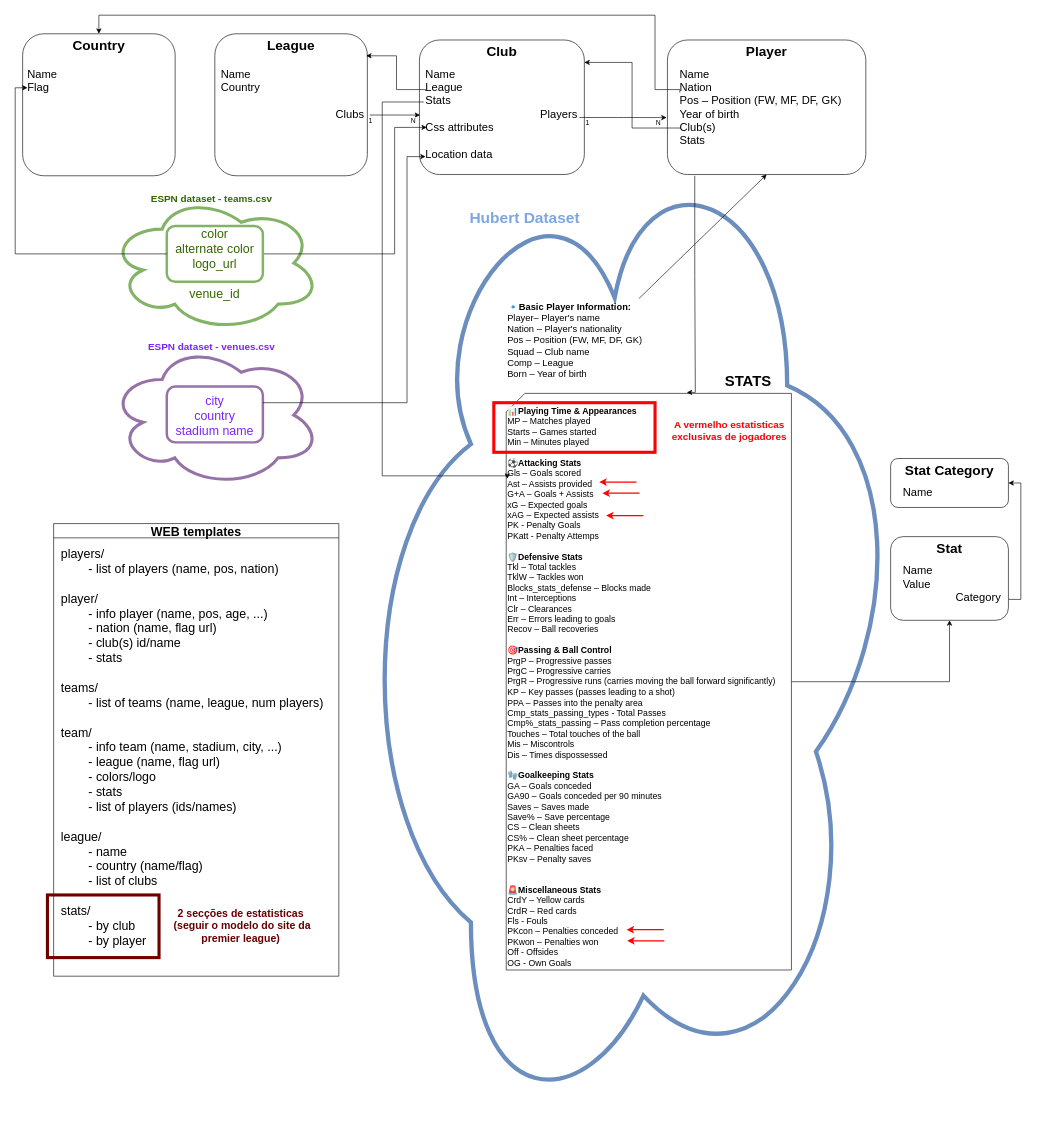
Before: docs/ws_model_schema.drawio in GuiAmorim03/WS-Project-2, a draw.io diagram. Source tidied: cells renumbered, new cells numbered last; positions are measured from the earlier drawing's top-left corner, leaving out a move shared by most shapes. Both pictures are drawn from the tidied source at 62%, with x=0, y=0 at pixel (15, 15).
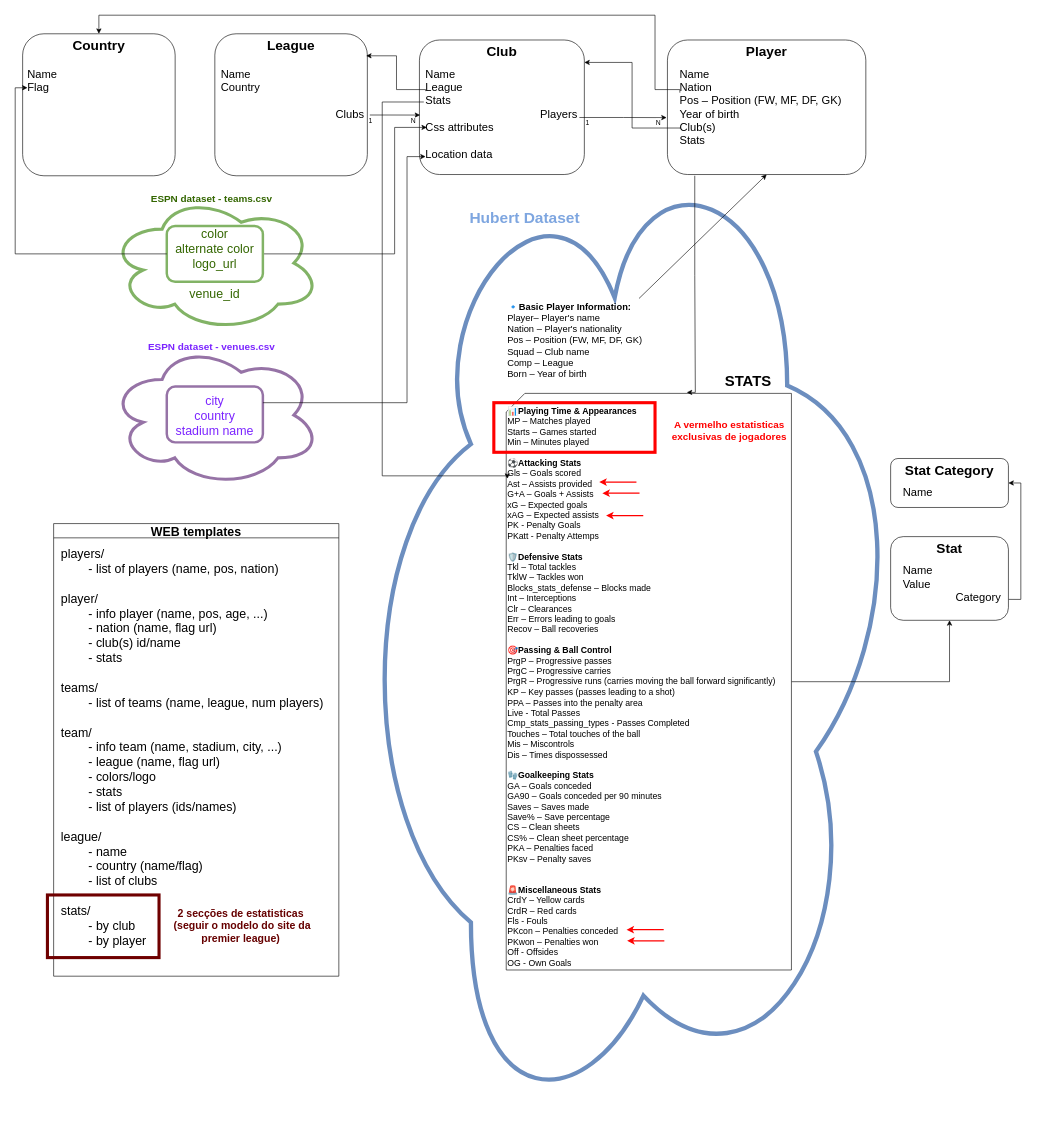
The same diagram, later.

Commit message (it also covers changes not shown here):
small fix on passing stats modelation

The edit, as a diff of the source:
```diff
@@
-    <mxCell id="7" value="&lt;div&gt;&lt;br&gt;&lt;/div&gt;&lt;div&gt;&lt;b&gt;📊Playing Time &amp;amp; Appearances&lt;/b&gt;&lt;/div&gt;&lt;div&gt;MP – Matches played&lt;/div&gt;&lt;div&gt;Starts – Games started&lt;/div&gt;&lt;div&gt;Min – Minutes played&lt;/div&gt;&lt;div&gt;&lt;br&gt;&lt;/div&gt;&lt;div&gt;&lt;b&gt;⚽Attacking Stats&lt;/b&gt;&lt;/div&gt;&lt;div&gt;Gls – Goals scored&lt;/div&gt;&lt;div&gt;Ast – Assists provided&lt;/div&gt;&lt;div&gt;G+A – Goals + Assists&lt;/div&gt;&lt;div&gt;xG – Expected goals&lt;/div&gt;&lt;div&gt;xAG – Expected assists&lt;/div&gt;&lt;div&gt;PK - Penalty Goals&lt;/div&gt;&lt;div&gt;PKatt - Penalty Attemps&lt;/div&gt;&lt;div&gt;&lt;div&gt;&lt;br&gt;&lt;/div&gt;&lt;/div&gt;&lt;div&gt;&lt;b&gt;🛡️Defensive Stats&lt;/b&gt;&lt;/div&gt;&lt;div&gt;Tkl – Total tackles&lt;/div&gt;&lt;div&gt;TklW – Tackles won&lt;/div&gt;&lt;div&gt;Blocks_stats_defense – Blocks made&lt;/div&gt;&lt;div&gt;Int – Interceptions&lt;/div&gt;&lt;div&gt;Clr – Clearances&lt;/div&gt;&lt;div&gt;Err – Errors leading to goals&lt;/div&gt;&lt;div&gt;Recov – Ball recoveries&lt;/div&gt;&lt;div&gt;&lt;br&gt;&lt;/div&gt;&lt;div&gt;&lt;b&gt;🎯Passing &amp;amp; Ball Control&lt;/b&gt;&lt;/div&gt;&lt;div&gt;PrgP – Progressive passes&lt;/div&gt;&lt;div&gt;PrgC – Progressive carries&lt;/div&gt;&lt;div&gt;PrgR – Progressive runs (carries moving the ball forward significantly)&lt;/div&gt;&lt;div&gt;KP – Key passes (passes leading to a shot)&lt;/div&gt;&lt;div&gt;PPA – Passes into the penalty area&lt;/div&gt;&lt;div&gt;Cmp_stats_passing_types - Total Passes&lt;/div&gt;&lt;div&gt;Cmp%_stats_passing – Pass completion percentage&lt;/div&gt;&lt;div&gt;Touches – Total touches of the ball&lt;/div&gt;&lt;div&gt;Mis – Miscontrols&lt;/div&gt;&lt;div&gt;Dis – Times dispossessed&lt;/div&gt;&lt;div&gt;&lt;br&gt;&lt;/div&gt;&lt;div&gt;&lt;b&gt;🧤Goalkeeping Stats&lt;/b&gt;&lt;/div&gt;&lt;div&gt;GA – Goals conceded&lt;/div&gt;&lt;div&gt;GA90 – Goals conceded per 90 minutes&lt;/div&gt;&lt;div&gt;Saves – Saves made&lt;/div&gt;&lt;div&gt;Save% – Save percentage&lt;/div&gt;&lt;div&gt;CS – Clean sheets&lt;/div&gt;&lt;div&gt;CS% – Clean sheet percentage&lt;/div&gt;&lt;div&gt;PKA – Penalties faced&lt;/div&gt;&lt;div&gt;PKsv – Penalty saves&lt;/div&gt;&lt;div&gt;&lt;br&gt;&lt;/div&gt;&lt;div&gt;&lt;br&gt;&lt;/div&gt;&lt;div&gt;&lt;b&gt;🚨Miscellaneous Stats&lt;/b&gt;&lt;/div&gt;&lt;div&gt;CrdY – Yellow cards&lt;/div&gt;&lt;div&gt;CrdR – Red cards&lt;/div&gt;&lt;div&gt;Fls - Fouls&lt;/div&gt;&lt;div&gt;&lt;span style=&quot;background-color: transparent; color: light-dark(rgb(0, 0, 0), rgb(255, 255, 255));&quot;&gt;PKcon – Penalties conceded&lt;br&gt;&lt;/span&gt;&lt;div&gt;PKwon – Penalties won&lt;/div&gt;&lt;/div&gt;&lt;div&gt;Off - Offsides&lt;br&gt;OG - Own Goals&lt;/div&gt;" style="shape=card;whiteSpace=wrap;html=1;align=left;fontSize=14;" parent="1" vertex="1">
+    <mxCell id="7" value="&lt;div&gt;&lt;br&gt;&lt;/div&gt;&lt;div&gt;&lt;b&gt;📊Playing Time &amp;amp; Appearances&lt;/b&gt;&lt;/div&gt;&lt;div&gt;MP – Matches played&lt;/div&gt;&lt;div&gt;Starts – Games started&lt;/div&gt;&lt;div&gt;Min – Minutes played&lt;/div&gt;&lt;div&gt;&lt;br&gt;&lt;/div&gt;&lt;div&gt;&lt;b&gt;⚽Attacking Stats&lt;/b&gt;&lt;/div&gt;&lt;div&gt;Gls – Goals scored&lt;/div&gt;&lt;div&gt;Ast – Assists provided&lt;/div&gt;&lt;div&gt;G+A – Goals + Assists&lt;/div&gt;&lt;div&gt;xG – Expected goals&lt;/div&gt;&lt;div&gt;xAG – Expected assists&lt;/div&gt;&lt;div&gt;PK - Penalty Goals&lt;/div&gt;&lt;div&gt;PKatt - Penalty Attemps&lt;/div&gt;&lt;div&gt;&lt;div&gt;&lt;br&gt;&lt;/div&gt;&lt;/div&gt;&lt;div&gt;&lt;b&gt;🛡️Defensive Stats&lt;/b&gt;&lt;/div&gt;&lt;div&gt;Tkl – Total tackles&lt;/div&gt;&lt;div&gt;TklW – Tackles won&lt;/div&gt;&lt;div&gt;Blocks_stats_defense – Blocks made&lt;/div&gt;&lt;div&gt;Int – Interceptions&lt;/div&gt;&lt;div&gt;Clr – Clearances&lt;/div&gt;&lt;div&gt;Err – Errors leading to goals&lt;/div&gt;&lt;div&gt;Recov – Ball recoveries&lt;/div&gt;&lt;div&gt;&lt;br&gt;&lt;/div&gt;&lt;div&gt;&lt;b&gt;🎯Passing &amp;amp; Ball Control&lt;/b&gt;&lt;/div&gt;&lt;div&gt;PrgP – Progressive passes&lt;/div&gt;&lt;div&gt;PrgC – Progressive carries&lt;/div&gt;&lt;div&gt;PrgR – Progressive runs (carries moving the ball forward significantly)&lt;/div&gt;&lt;div&gt;KP – Key passes (passes leading to a shot)&lt;/div&gt;&lt;div&gt;PPA – Passes into the penalty area&lt;/div&gt;&lt;div&gt;Live -&amp;nbsp;&lt;span style=&quot;background-color: transparent; color: light-dark(rgb(0, 0, 0), rgb(255, 255, 255));&quot;&gt;Total Passes&lt;/span&gt;&lt;/div&gt;&lt;div&gt;Cmp_stats_passing_types - Passes Completed&lt;/div&gt;&lt;div&gt;&lt;span style=&quot;background-color: transparent; color: light-dark(rgb(0, 0, 0), rgb(255, 255, 255));&quot;&gt;Touches – Total touches of the ball&lt;/span&gt;&lt;/div&gt;&lt;div&gt;Mis – Miscontrols&lt;/div&gt;&lt;div&gt;Dis – Times dispossessed&lt;/div&gt;&lt;div&gt;&lt;br&gt;&lt;/div&gt;&lt;div&gt;&lt;b&gt;🧤Goalkeeping Stats&lt;/b&gt;&lt;/div&gt;&lt;div&gt;GA – Goals conceded&lt;/div&gt;&lt;div&gt;GA90 – Goals conceded per 90 minutes&lt;/div&gt;&lt;div&gt;Saves – Saves made&lt;/div&gt;&lt;div&gt;Save% – Save percentage&lt;/div&gt;&lt;div&gt;CS – Clean sheets&lt;/div&gt;&lt;div&gt;CS% – Clean sheet percentage&lt;/div&gt;&lt;div&gt;PKA – Penalties faced&lt;/div&gt;&lt;div&gt;PKsv – Penalty saves&lt;/div&gt;&lt;div&gt;&lt;br&gt;&lt;/div&gt;&lt;div&gt;&lt;br&gt;&lt;/div&gt;&lt;div&gt;&lt;b&gt;🚨Miscellaneous Stats&lt;/b&gt;&lt;/div&gt;&lt;div&gt;CrdY – Yellow cards&lt;/div&gt;&lt;div&gt;CrdR – Red cards&lt;/div&gt;&lt;div&gt;Fls - Fouls&lt;/div&gt;&lt;div&gt;&lt;span style=&quot;background-color: transparent; color: light-dark(rgb(0, 0, 0), rgb(255, 255, 255));&quot;&gt;PKcon – Penalties conceded&lt;br&gt;&lt;/span&gt;&lt;div&gt;PKwon – Penalties won&lt;/div&gt;&lt;/div&gt;&lt;div&gt;Off - Offsides&lt;br&gt;OG - Own Goals&lt;/div&gt;" style="shape=card;whiteSpace=wrap;html=1;align=left;fontSize=14;" parent="1" vertex="1">
       <mxGeometry x="792" y="610" width="460" height="930" as="geometry" />
     </mxCell>
```
